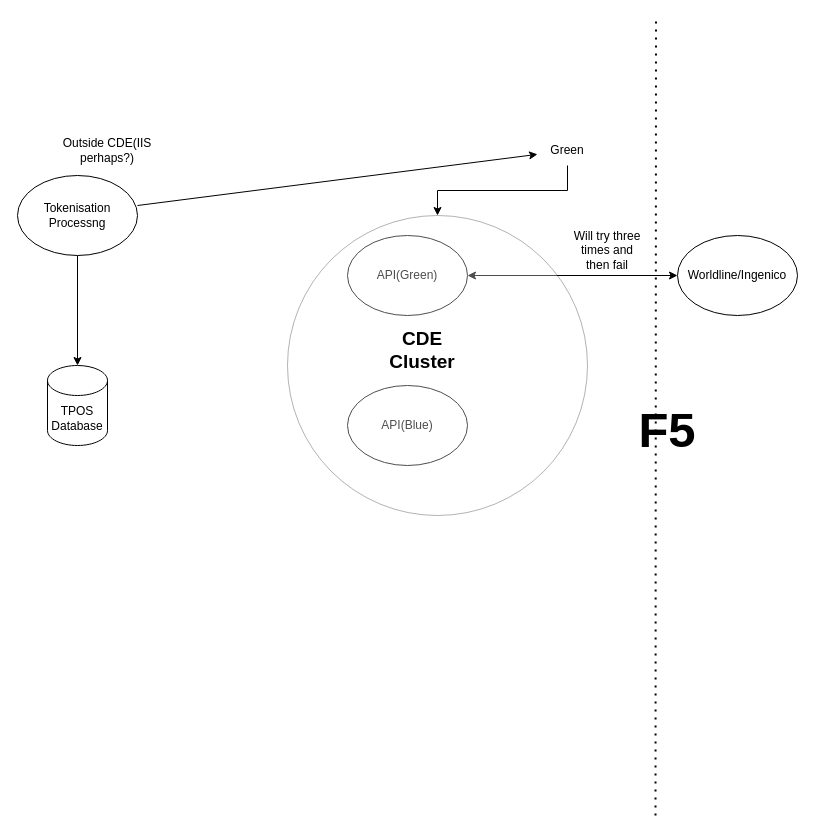
Before: Untitled Diagram.drawio in mattwatts36/drawings, a draw.io diagram. Source tidied: cells renumbered, new cells numbered last; positions are measured from the earlier drawing's top-left corner, leaving out a move shared by most shapes. Both pictures are drawn from the tidied source at 100%, with x=0, y=0 at pixel (17, 17).
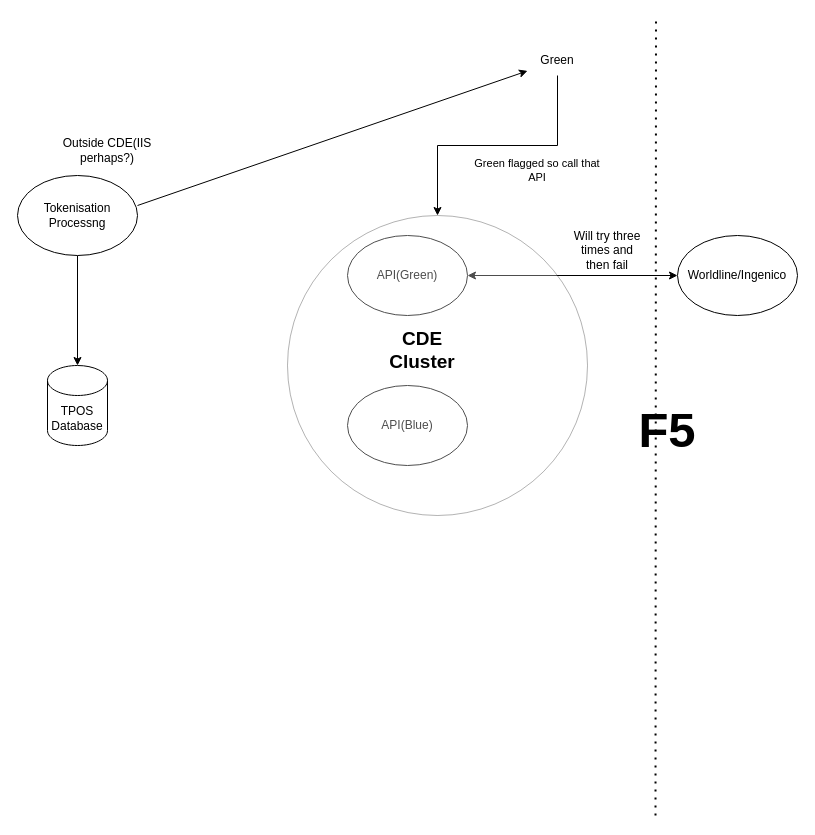
Above is the later version.

What changed in the source:
```diff
@@
     <mxCell id="11" value="Green" style="text;html=1;strokeColor=none;fillColor=none;align=center;verticalAlign=middle;whiteSpace=wrap;rounded=0;" parent="1" vertex="1">
-      <mxGeometry x="520" y="118" width="60" height="30" as="geometry" />
+      <mxGeometry x="510" y="28" width="60" height="30" as="geometry" />
     </mxCell>
@@
+    <mxCell id="18" value="Green flagged so call that API" style="text;html=1;strokeColor=none;fillColor=none;align=center;verticalAlign=middle;whiteSpace=wrap;rounded=0;fontSize=11;" parent="1" vertex="1">
+      <mxGeometry x="450" y="138" width="140" height="30" as="geometry" />
+    </mxCell>
```
